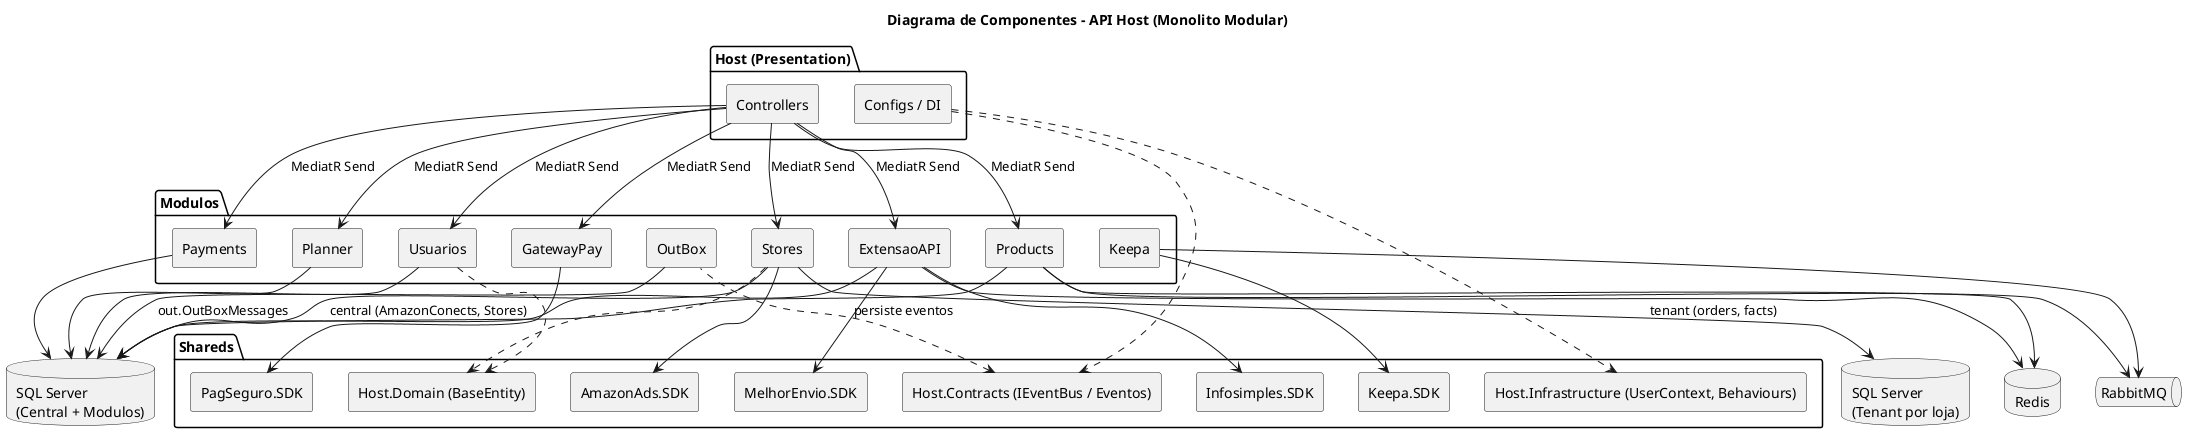
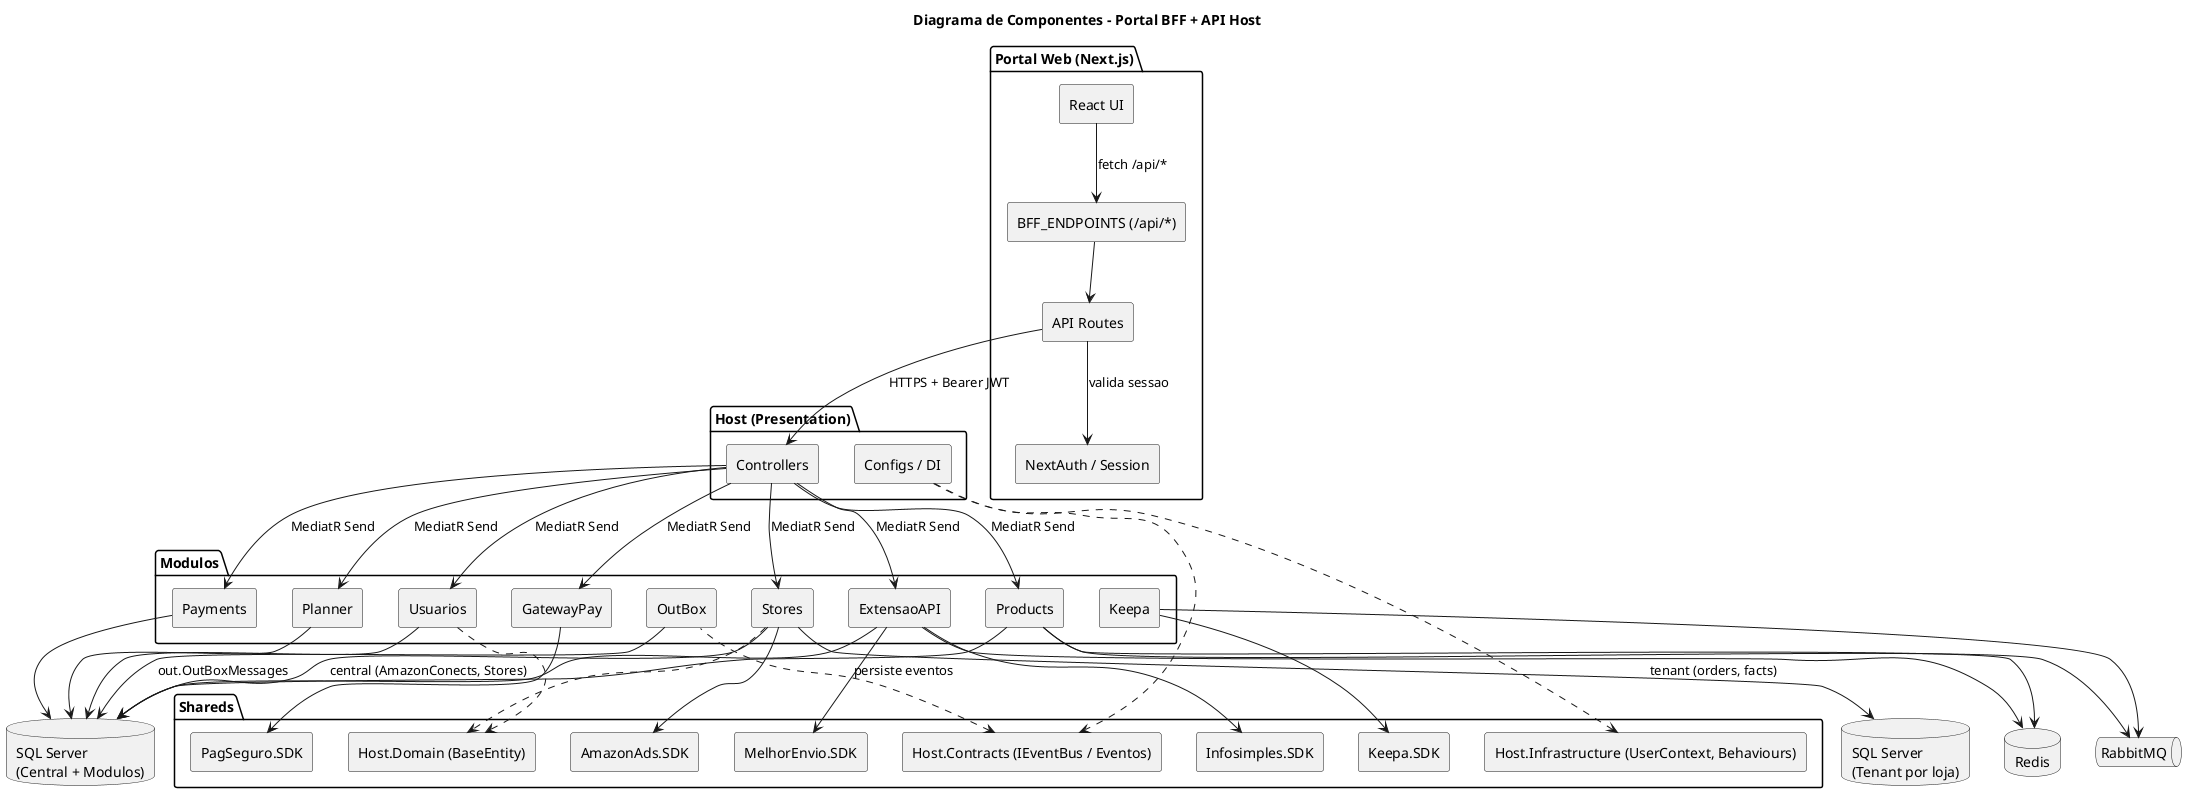
@startuml componentes
- title Diagrama de Componentes - API Host (Monolito Modular)
+ title Diagrama de Componentes - Portal BFF + API Host
skinparam componentStyle rectangle
+ 
+ package "Portal Web (Next.js)" {
+   [React UI] as P_UI
+   [BFF_ENDPOINTS (/api/*)] as P_ENDPOINTS
+   [API Routes] as P_ROUTES
+   [NextAuth / Session] as P_AUTH
+ }

package "Host (Presentation)" {
  [Controllers] as CTRL
  [Configs / DI] as CFG
}

package "Shareds" {
  [Host.Domain (BaseEntity)] as SD
  [Host.Contracts (IEventBus / Eventos)] as SC
  [Host.Infrastructure (UserContext, Behaviours)] as SI
  [AmazonAds.SDK] as ADSSDK
  [PagSeguro.SDK] as PGSDK
  [Keepa.SDK] as KPSDK
  [MelhorEnvio.SDK] as MESDK
  [Infosimples.SDK] as INSDK
}

package "Modulos" {
  [Usuarios] as M_USERS
  [Payments] as M_PAY
  [GatewayPay] as M_GW
  [Stores] as M_STORES
  [Products] as M_PROD
  [ExtensaoAPI] as M_EXT
  [Planner] as M_PLAN
  [Keepa] as M_KEEPA
  [OutBox] as M_OUT
}

database "SQL Server\n(Central + Modulos)" as DBC
database "SQL Server\n(Tenant por loja)" as DBT
database "Redis" as REDIS
queue "RabbitMQ" as RMQ

+ P_UI --> P_ENDPOINTS : fetch /api/*
+ P_ENDPOINTS --> P_ROUTES
+ P_ROUTES --> P_AUTH : valida sessao
+ P_ROUTES --> CTRL : HTTPS + Bearer JWT
+ 
CTRL --> M_USERS : MediatR Send
CTRL --> M_PAY : MediatR Send
CTRL --> M_GW : MediatR Send
CTRL --> M_STORES : MediatR Send
CTRL --> M_PROD : MediatR Send
CTRL --> M_EXT : MediatR Send
CTRL --> M_PLAN : MediatR Send
CFG ..> SI
CFG ..> SC

M_STORES --> ADSSDK
M_GW --> PGSDK
M_KEEPA --> KPSDK
M_EXT --> MESDK
M_EXT --> INSDK

M_USERS --> DBC
M_PAY --> DBC
M_PROD --> DBC
M_EXT --> DBC
M_PLAN --> DBC
M_STORES --> DBC : central (AmazonConects, Stores)
M_STORES --> DBT : tenant (orders, facts)
M_EXT --> REDIS
M_PROD --> REDIS
M_PROD --> RMQ
M_KEEPA --> RMQ

SC <.. M_OUT : persiste eventos
M_OUT --> DBC : out.OutBoxMessages
M_USERS ..> SD
M_STORES ..> SD
@enduml
